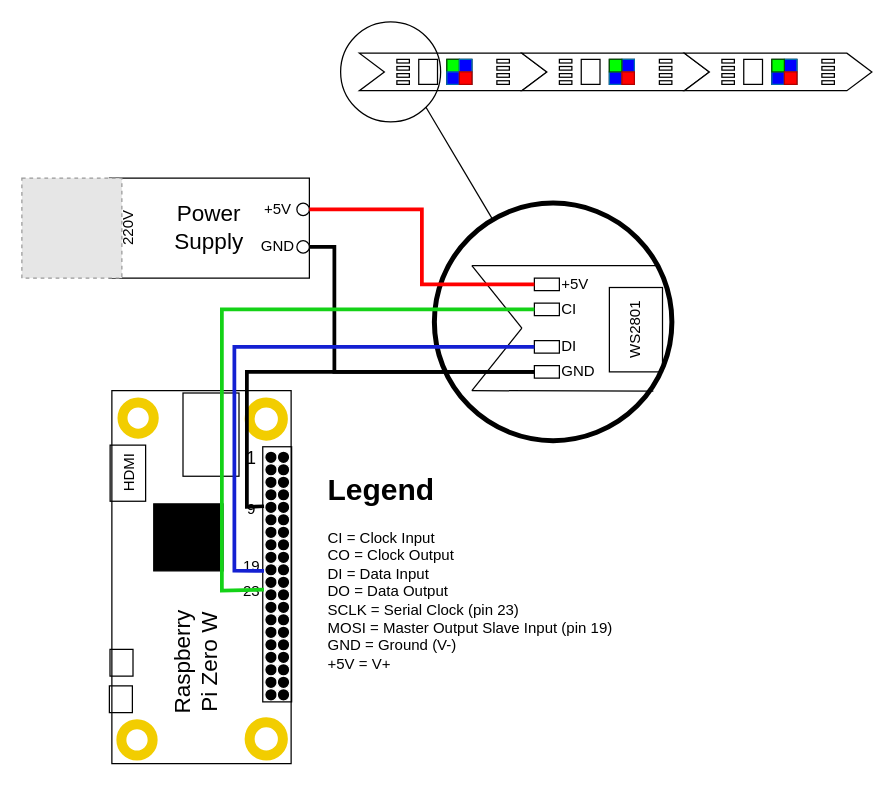
The draw.io diagram page "direct" (1 of 3) of pages/assets/hardware.drawio in a-maze-d/fledex, before the edit. Source tidied: cells renumbered, new cells numbered last; positions are measured from the earlier drawing's top-left corner, leaving out a move shared by most shapes. Both pictures are drawn from the tidied source at 125%, with x=0, y=0 at pixel (15, 21). Pictures stored in the file or linked from it are replaced by grey dashed boxes.
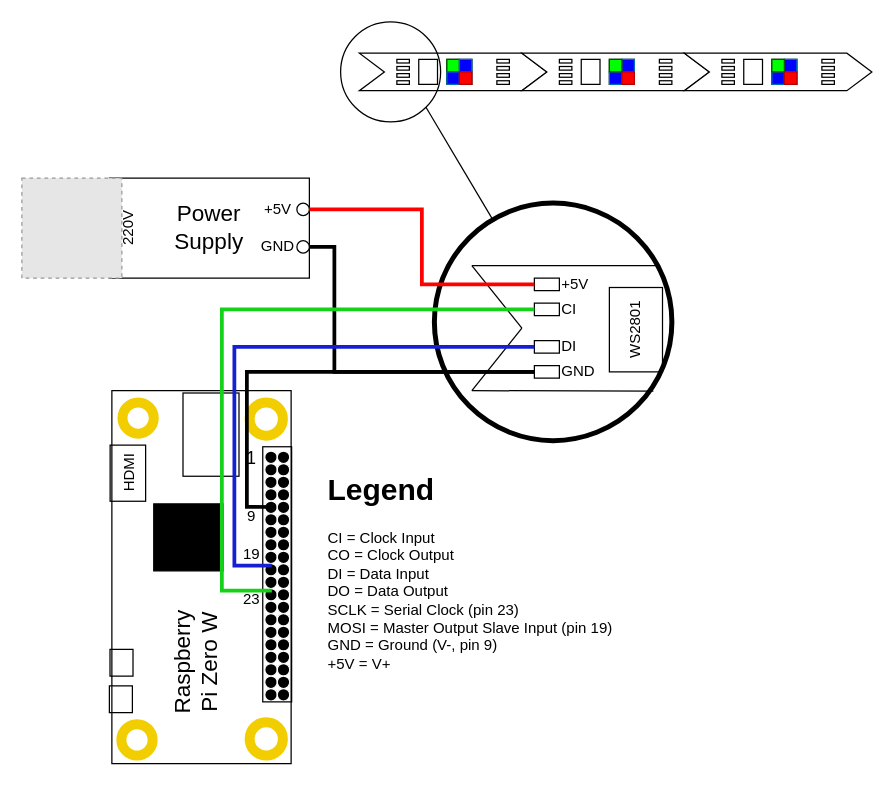
The same page after the edit.

The change refers to these unchanged cells:
```xml
<mxCell id="69" style="rounded=0;whiteSpace=wrap;html=1;fontSize=18;fillColor=none;" parent="1" vertex="1">
  <mxGeometry x="415" y="225" width="20" height="10" as="geometry" />
</mxCell>
<mxCell id="70" style="rounded=0;whiteSpace=wrap;html=1;fontSize=18;fillColor=none;" parent="1" vertex="1">
  <mxGeometry x="415" y="255" width="20" height="10" as="geometry" />
</mxCell>
<mxCell id="71" style="rounded=0;whiteSpace=wrap;html=1;fontSize=18;fillColor=none;" parent="1" vertex="1">
  <mxGeometry x="415" y="275" width="20" height="10" as="geometry" />
</mxCell>
<mxCell id="124" style="group;" parent="81" vertex="1">
  <mxGeometry width="145.5" height="298.4" as="geometry" />
</mxCell>
<mxCell id="125" style="rounded=0;whiteSpace=wrap;html=1;fillStyle=auto;strokeColor=#000000;strokeWidth=1;fontSize=18;fillColor=none;rotation=-90;" parent="124" vertex="1">
  <mxGeometry x="-75.5" y="77.5" width="298.4" height="143.4" as="geometry" />
</mxCell>
```

Change to the diagram source:
```diff
@@
     <mxCell id="138" value="&lt;font style=&quot;font-size: 12px;&quot;&gt;19&lt;/font&gt;" style="text;html=1;strokeColor=none;fillColor=none;align=center;verticalAlign=middle;whiteSpace=wrap;rounded=0;fontSize=18;" parent="124" vertex="1">
-      <mxGeometry x="103.7" y="124.2" width="20" height="30" as="geometry" />
+      <mxGeometry x="103.7" y="114.2" width="20" height="30" as="geometry" />
     </mxCell>
     <mxCell id="139" value="&lt;font style=&quot;font-size: 12px;&quot;&gt;23&lt;/font&gt;" style="text;html=1;strokeColor=none;fillColor=none;align=center;verticalAlign=middle;whiteSpace=wrap;rounded=0;fontSize=18;" parent="124" vertex="1">
-      <mxGeometry x="103.7" y="144.2" width="20" height="30" as="geometry" />
+      <mxGeometry x="103.7" y="150" width="20" height="30" as="geometry" />
     </mxCell>
     <mxCell id="140" value="&lt;font style=&quot;font-size: 12px;&quot;&gt;9&lt;/font&gt;" style="text;html=1;strokeColor=none;fillColor=none;align=center;verticalAlign=middle;whiteSpace=wrap;rounded=0;fontSize=18;" parent="124" vertex="1">
-      <mxGeometry x="103.7" y="77.5" width="20" height="30" as="geometry" />
+      <mxGeometry x="103.7" y="84.2" width="20" height="30" as="geometry" />
     </mxCell>
@@
-    <mxCell id="142" style="endArrow=none;html=1;rounded=0;strokeColor=#000000;strokeWidth=3;fontSize=12;exitX=1;exitY=0.5;exitDx=0;exitDy=0;entryX=0;entryY=0.5;entryDx=0;entryDy=0;" parent="1" edge="1" source="140" target="71">
+    <mxCell id="142" style="endArrow=none;html=1;rounded=0;strokeColor=#000000;strokeWidth=3;fontSize=12;exitX=0.688;exitY=0.892;exitDx=0;exitDy=0;entryX=0;entryY=0.5;entryDx=0;entryDy=0;exitPerimeter=0;" parent="1" edge="1" source="125" target="71">
       <mxGeometry relative="1" as="geometry">
         <Array as="points">
           <mxPoint x="185" y="388" />
           <mxPoint x="185" y="280" />
         </Array>
       </mxGeometry>
     </mxCell>
-    <mxCell id="143" style="endArrow=none;html=1;rounded=0;strokeColor=#14d217;strokeWidth=3;fontSize=12;entryX=0;entryY=0.5;entryDx=0;entryDy=0;exitX=1;exitY=0.5;exitDx=0;exitDy=0;" parent="1" edge="1" source="139" target="69">
+    <mxCell id="143" style="endArrow=none;html=1;rounded=0;strokeColor=#14d217;strokeWidth=3;fontSize=12;entryX=0;entryY=0.5;entryDx=0;entryDy=0;" parent="1" edge="1" target="69">
       <mxGeometry relative="1" as="geometry">
+        <mxPoint x="205" y="455" as="sourcePoint" />
         <Array as="points">
           <mxPoint x="165" y="455" />
           <mxPoint x="165" y="230" />
         </Array>
       </mxGeometry>
     </mxCell>
-    <mxCell id="144" style="endArrow=none;html=1;rounded=0;strokeColor=#1420d2;strokeWidth=3;fontSize=12;exitX=0;exitY=0.5;exitDx=0;exitDy=0;entryX=1;entryY=0;entryDx=0;entryDy=0;" parent="1" edge="1" source="70" target="139">
+    <mxCell id="144" style="endArrow=none;html=1;rounded=0;strokeColor=#1420d2;strokeWidth=3;fontSize=12;exitX=0;exitY=0.5;exitDx=0;exitDy=0;entryX=0.531;entryY=0.892;entryDx=0;entryDy=0;entryPerimeter=0;" parent="1" edge="1" source="70" target="125">
       <mxGeometry relative="1" as="geometry">
         <Array as="points">
           <mxPoint x="175" y="260" />
-          <mxPoint x="175" y="439" />
+          <mxPoint x="175" y="435" />
         </Array>
       </mxGeometry>
     </mxCell>
-    <mxCell id="145" value="&lt;h1&gt;Legend&lt;/h1&gt;&lt;p&gt;CI = Clock Input&lt;br&gt;CO = Clock Output&lt;br&gt;DI = Data Input&lt;br&gt;DO = Data Output&lt;br&gt;SCLK = Serial Clock (pin 23)&lt;br&gt;MOSI = Master Output Slave Input (pin 19)&lt;span style=&quot;background-color: initial;&quot;&gt;&amp;nbsp;&lt;br&gt;GND = Ground (V-)&lt;br&gt;+5V = V+&lt;br&gt;&lt;/span&gt;&lt;/p&gt;" style="text;html=1;strokeColor=none;fillColor=none;spacing=5;spacingTop=-20;whiteSpace=wrap;overflow=hidden;rounded=0;fontSize=12;" parent="1" vertex="1">
+    <mxCell id="145" value="&lt;h1&gt;Legend&lt;/h1&gt;&lt;p&gt;CI = Clock Input&lt;br&gt;CO = Clock Output&lt;br&gt;DI = Data Input&lt;br&gt;DO = Data Output&lt;br&gt;SCLK = Serial Clock (pin 23)&lt;br&gt;MOSI = Master Output Slave Input (pin 19)&lt;span style=&quot;background-color: initial;&quot;&gt;&amp;nbsp;&lt;br&gt;GND = Ground (V-, pin 9)&lt;br&gt;+5V = V+&lt;br&gt;&lt;/span&gt;&lt;/p&gt;" style="text;html=1;strokeColor=none;fillColor=none;spacing=5;spacingTop=-20;whiteSpace=wrap;overflow=hidden;rounded=0;fontSize=12;" parent="1" vertex="1">
       <mxGeometry x="245" y="355" width="280" height="180" as="geometry" />
     </mxCell>
```
